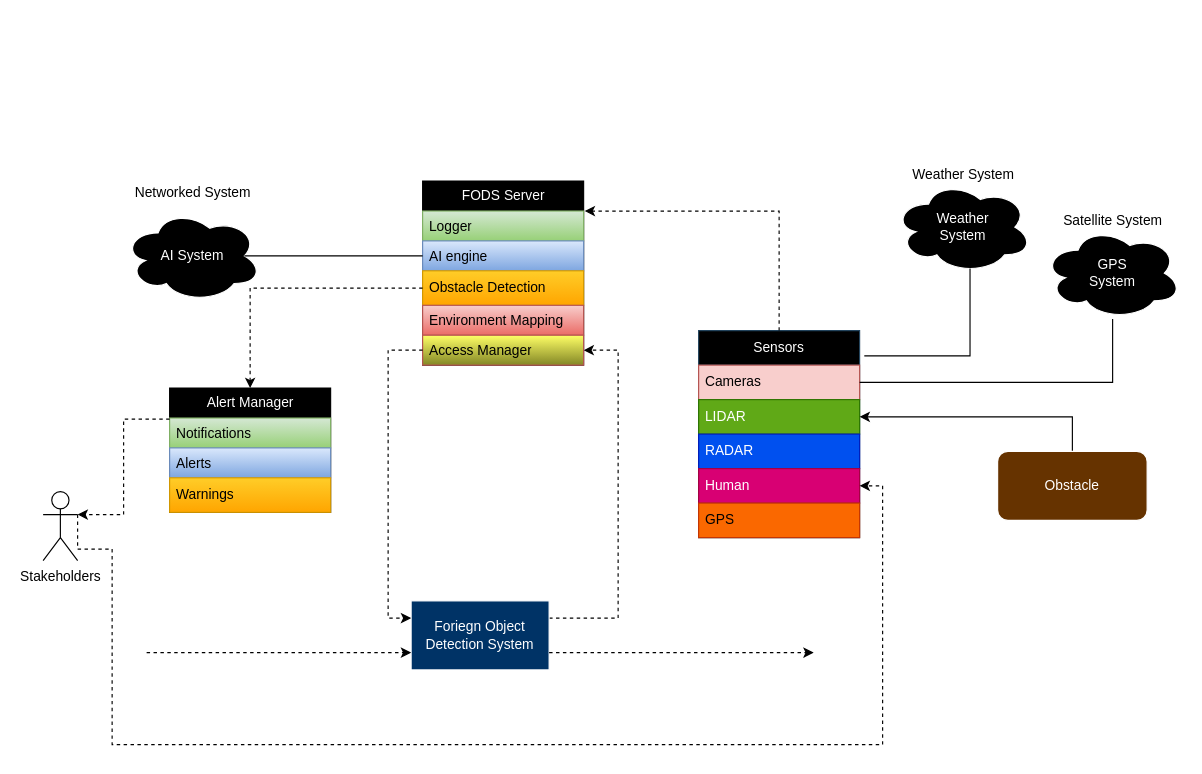
Above: Untitled Diagram.drawio in varuneranki/MBSE (draw.io), before the change. Source tidied: cells renumbered, new cells numbered last; positions are measured from the earlier drawing's top-left corner, leaving out a move shared by most shapes. Both pictures are drawn from the tidied source at 115%, with x=0, y=0 at pixel (43, 158).
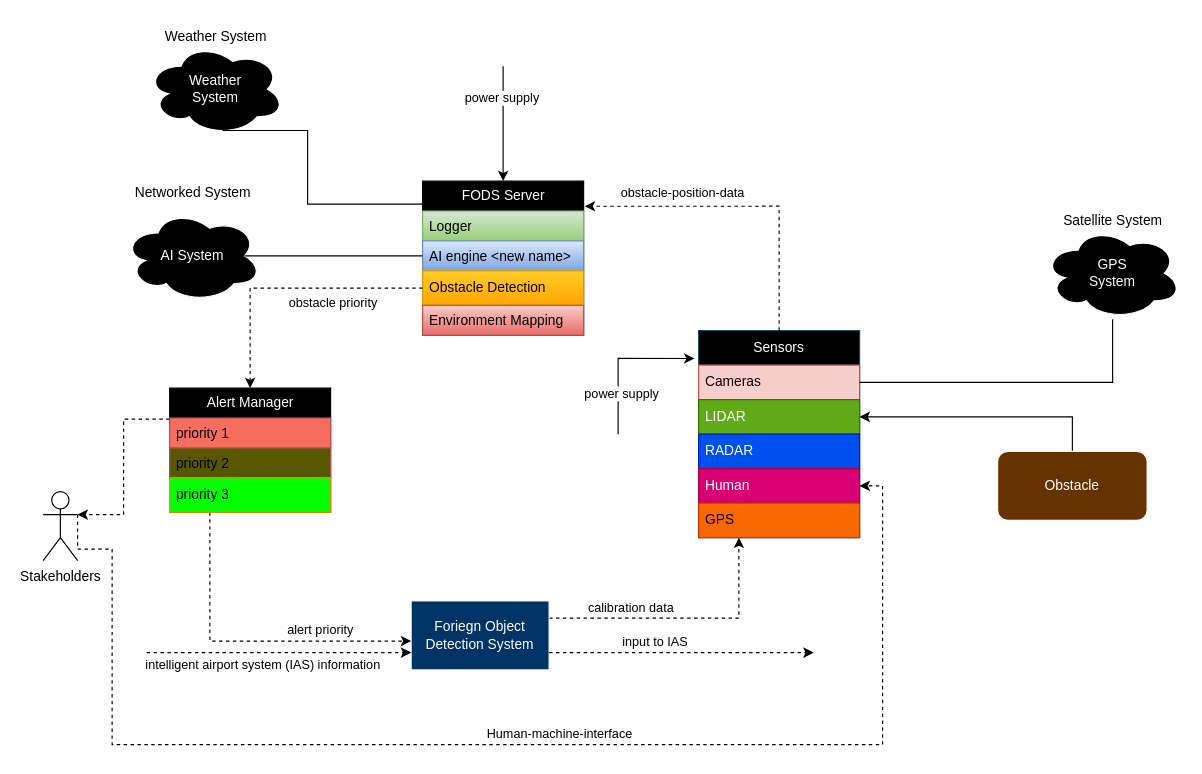
After the change.

The change refers to these unchanged cells:
```xml
<mxCell id="2" value="Sensors" style="swimlane;fontStyle=0;horizontal=1;startSize=30;whiteSpace=wrap;html=1;fillColor=#000000;strokeColor=#23445d;fontColor=#FFFFFF;" parent="1" vertex="1">
  <mxGeometry x="570" y="150" width="140" height="180" as="geometry" />
</mxCell>
<mxCell id="9" value="Foriegn Object Detection System" style="rounded=0;whiteSpace=wrap;html=1;strokeColor=#FFFFFF;fillColor=#003366;fontColor=#FFFFFF;" parent="1" vertex="1">
  <mxGeometry x="320" y="385" width="120" height="60" as="geometry" />
</mxCell>
<mxCell id="10" style="endArrow=classic;html=1;rounded=0;entryX=0;entryY=0.75;entryDx=0;entryDy=0;dashed=1;" parent="1" edge="1" target="9">
  <mxGeometry relative="1" as="geometry">
    <mxPoint x="90" y="430" as="sourcePoint" />
  </mxGeometry>
</mxCell>
<mxCell id="11" style="endArrow=classic;html=1;rounded=0;exitX=1;exitY=0.75;exitDx=0;exitDy=0;dashed=1;" parent="1" edge="1" source="9">
  <mxGeometry relative="1" as="geometry">
    <mxPoint x="670" y="430" as="targetPoint" />
  </mxGeometry>
</mxCell>
<mxCell id="21" style="edgeStyle=orthogonalEdgeStyle;rounded=0;jettySize=auto;html=1;exitX=0.5;exitY=0;exitDx=0;exitDy=0;entryX=1.007;entryY=0.163;entryDx=0;entryDy=0;entryPerimeter=0;dashed=1;" parent="1" edge="1" source="2" target="15">
  <mxGeometry relative="1" as="geometry" />
</mxCell>
<mxCell id="24" value="Alert Manager" style="swimlane;fontStyle=0;horizontal=1;startSize=26;fillColor=#000000;html=1;fontColor=#FFFFFF;" parent="1" vertex="1">
  <mxGeometry x="110" y="200" width="140" height="108" as="geometry" />
</mxCell>
<mxCell id="28" style="edgeStyle=orthogonalEdgeStyle;rounded=0;jettySize=auto;html=1;exitX=0;exitY=0.5;exitDx=0;exitDy=0;entryX=0.5;entryY=0;entryDx=0;entryDy=0;dashed=1;" parent="1" edge="1" source="18" target="24">
  <mxGeometry relative="1" as="geometry" />
</mxCell>
<mxCell id="29" style="edgeStyle=orthogonalEdgeStyle;rounded=0;jettySize=auto;html=1;exitX=1;exitY=0.3333333333333333;exitDx=0;exitDy=0;exitPerimeter=0;entryX=1;entryY=0.75;entryDx=0;entryDy=0;dashed=1;" parent="1" edge="1" source="30" target="2">
  <mxGeometry relative="1" as="geometry">
    <Array as="points">
      <mxPoint x="30" y="340" />
      <mxPoint x="60" y="340" />
      <mxPoint x="60" y="510" />
      <mxPoint x="730" y="510" />
      <mxPoint x="730" y="285" />
    </Array>
  </mxGeometry>
</mxCell>
<mxCell id="38" value="&lt;div&gt;Weather&lt;/div&gt;&lt;div&gt;&lt;span style=&quot;background-color: initial;&quot;&gt;System&lt;/span&gt;&lt;/div&gt;" style="ellipse;shape=cloud;whiteSpace=wrap;html=1;fontColor=#FFFFFF;strokeColor=#FFFFFF;fillColor=#000000;" parent="37" vertex="1">
  <mxGeometry y="20" width="120" height="80" as="geometry" />
</mxCell>
```

Change to the diagram source:
```diff
@@
-    <mxCell id="8" style="edgeStyle=orthogonalEdgeStyle;rounded=0;jettySize=auto;html=1;exitX=1;exitY=0.25;exitDx=0;exitDy=0;entryX=1;entryY=0.5;entryDx=0;entryDy=0;dashed=1;" parent="1" edge="1" source="9" target="20">
-      <mxGeometry relative="1" as="geometry">
-        <Array as="points">
-          <mxPoint x="500" y="400" />
-          <mxPoint x="500" y="167" />
-        </Array>
-      </mxGeometry>
-    </mxCell>
+    <mxCell id="41" style="edgeStyle=orthogonalEdgeStyle;rounded=0;jettySize=auto;html=1;exitX=1;exitY=0.25;exitDx=0;exitDy=0;entryX=0.25;entryY=1;entryDx=0;entryDy=0;dashed=1;" parent="1" edge="1" source="9" target="2">
+      <mxGeometry relative="1" as="geometry" />
+    </mxCell>
+    <mxCell id="42" value="calibration data" style="edgeLabel;html=1;align=center;verticalAlign=middle;" parent="41" vertex="1">
+      <mxGeometry x="-0.51" y="-1" relative="1" as="geometry">
+        <mxPoint x="12" y="-11" as="offset" />
+      </mxGeometry>
+    </mxCell>
@@
+    <mxCell id="43" value="intelligent airport system (IAS) information" style="edgeLabel;html=1;align=center;verticalAlign=middle;" parent="10" vertex="1">
+      <mxGeometry x="-0.62" relative="1" as="geometry">
+        <mxPoint x="56" y="10" as="offset" />
+      </mxGeometry>
+    </mxCell>
@@
+    <mxCell id="44" value="input to IAS" style="edgeLabel;html=1;align=center;verticalAlign=middle;" parent="11" vertex="1">
+      <mxGeometry x="-0.21" y="-3" relative="1" as="geometry">
+        <mxPoint y="-13" as="offset" />
+      </mxGeometry>
+    </mxCell>
@@
     <mxCell id="15" value="FOD&lt;span style=&quot;background-color: initial;&quot;&gt;S&amp;nbsp;&lt;/span&gt;&lt;span style=&quot;background-color: initial;&quot;&gt;Server&lt;/span&gt;" style="swimlane;fontStyle=0;horizontal=1;startSize=26;fillColor=#000000;html=1;fontColor=#FFFFFF;" parent="1" vertex="1">
-      <mxGeometry x="330" y="20" width="140" height="160" as="geometry" />
+      <mxGeometry x="330" y="20" width="140" height="134" as="geometry" />
     </mxCell>
@@
-    <mxCell id="17" value="AI engine" style="text;strokeColor=#6c8ebf;fillColor=#dae8fc;align=left;verticalAlign=top;spacingLeft=4;spacingRight=4;overflow=hidden;points=[[0,0.5],[1,0.5]];portConstraint=eastwest;whiteSpace=wrap;html=1;gradientColor=#7ea6e0;" parent="15" vertex="1">
+    <mxCell id="17" value="AI engine &amp;lt;new name&amp;gt;" style="text;strokeColor=#6c8ebf;fillColor=#dae8fc;align=left;verticalAlign=top;spacingLeft=4;spacingRight=4;overflow=hidden;points=[[0,0.5],[1,0.5]];portConstraint=eastwest;whiteSpace=wrap;html=1;gradientColor=#7ea6e0;" parent="15" vertex="1">
       <mxGeometry y="52" width="140" height="26" as="geometry" />
     </mxCell>
@@
-    <mxCell id="20" value="Access Manager" style="text;strokeColor=#b85450;fillColor=#FFFF66;align=left;verticalAlign=top;spacingLeft=4;spacingRight=4;overflow=hidden;points=[[0,0.5],[1,0.5]];portConstraint=eastwest;whiteSpace=wrap;html=1;gradientColor=#838726;" parent="15" vertex="1">
-      <mxGeometry y="134" width="140" height="26" as="geometry" />
-    </mxCell>
@@
+    <mxCell id="45" value="obstacle-position-data" style="edgeLabel;html=1;align=center;verticalAlign=middle;" parent="21" vertex="1">
+      <mxGeometry x="0.39" y="-1" relative="1" as="geometry">
+        <mxPoint y="-11" as="offset" />
+      </mxGeometry>
+    </mxCell>
@@
+    <mxCell id="46" style="edgeStyle=orthogonalEdgeStyle;rounded=0;jettySize=auto;html=1;exitX=0.25;exitY=1;exitDx=0;exitDy=0;entryX=0;entryY=0.583;entryDx=0;entryDy=0;entryPerimeter=0;dashed=1;" parent="1" edge="1" source="24" target="9">
+      <mxGeometry relative="1" as="geometry" />
+    </mxCell>
+    <mxCell id="47" value="alert priority" style="edgeLabel;html=1;align=center;verticalAlign=middle;" parent="46" vertex="1">
+      <mxGeometry x="-0.01" y="1" relative="1" as="geometry">
+        <mxPoint x="66" y="-9" as="offset" />
+      </mxGeometry>
+    </mxCell>
@@
-    <mxCell id="25" value="Notifications" style="text;strokeColor=#82b366;fillColor=#d5e8d4;align=left;verticalAlign=top;spacingLeft=4;spacingRight=4;overflow=hidden;whiteSpace=wrap;html=1;gradientColor=#97d077;" parent="24" vertex="1">
+    <mxCell id="25" value="priority 1" style="text;strokeColor=#b85450;fillColor=#F86E5E;align=left;verticalAlign=top;spacingLeft=4;spacingRight=4;overflow=hidden;whiteSpace=wrap;html=1;gradientColor=none;" parent="24" vertex="1">
       <mxGeometry y="26" width="140" height="26" as="geometry" />
     </mxCell>
-    <mxCell id="26" value="Alerts" style="text;strokeColor=#6c8ebf;fillColor=#dae8fc;align=left;verticalAlign=top;spacingLeft=4;spacingRight=4;overflow=hidden;whiteSpace=wrap;html=1;gradientColor=#7ea6e0;" parent="24" vertex="1">
+    <mxCell id="26" value="priority 2" style="text;strokeColor=#b85450;fillColor=#575700;align=left;verticalAlign=top;spacingLeft=4;spacingRight=4;overflow=hidden;whiteSpace=wrap;html=1;gradientColor=none;" parent="24" vertex="1">
       <mxGeometry y="52" width="140" height="26" as="geometry" />
     </mxCell>
-    <mxCell id="27" value="Warnings" style="text;strokeColor=#d79b00;fillColor=#ffcd28;align=left;verticalAlign=middle;spacingLeft=4;spacingRight=4;overflow=hidden;whiteSpace=wrap;html=1;gradientColor=#ffa500;" parent="24" vertex="1">
+    <mxCell id="27" value="priority 3" style="text;strokeColor=#d79b00;fillColor=#00FF00;align=left;verticalAlign=middle;spacingLeft=4;spacingRight=4;overflow=hidden;whiteSpace=wrap;html=1;gradientColor=none;" parent="24" vertex="1">
       <mxGeometry y="78" width="140" height="30" as="geometry" />
     </mxCell>
@@
+    <mxCell id="48" value="obstacle priority" style="edgeLabel;html=1;align=center;verticalAlign=middle;" parent="28" vertex="1">
+      <mxGeometry x="-0.17" y="1" relative="1" as="geometry">
+        <mxPoint x="19" y="11" as="offset" />
+      </mxGeometry>
+    </mxCell>
@@
+    <mxCell id="49" value="Human-machine-interface" style="edgeLabel;html=1;align=center;verticalAlign=middle;" parent="29" vertex="1">
+      <mxGeometry x="0.11" relative="1" as="geometry">
+        <mxPoint x="-17" y="-10" as="offset" />
+      </mxGeometry>
+    </mxCell>
@@
-    <mxCell id="33" style="edgeStyle=orthogonalEdgeStyle;rounded=0;jettySize=auto;html=1;exitX=0;exitY=0.5;exitDx=0;exitDy=0;entryX=0;entryY=0.25;entryDx=0;entryDy=0;dashed=1;" parent="1" edge="1" source="20" target="9">
-      <mxGeometry relative="1" as="geometry" />
-    </mxCell>
@@
     <mxCell id="37" style="group;" parent="1" vertex="1">
-      <mxGeometry x="740" width="120" height="100" as="geometry" />
+      <mxGeometry x="90" y="-120" width="120" height="100" as="geometry" />
     </mxCell>
@@
-    <mxCell id="40" style="edgeStyle=orthogonalEdgeStyle;rounded=0;jettySize=auto;html=1;exitX=0.55;exitY=0.95;exitDx=0;exitDy=0;exitPerimeter=0;entryX=1.029;entryY=0.122;entryDx=0;entryDy=0;entryPerimeter=0;endArrow=none;endFill=0;" parent="1" edge="1" source="38" target="2">
-      <mxGeometry relative="1" as="geometry">
-        <Array as="points">
-          <mxPoint x="806" y="172" />
-        </Array>
-      </mxGeometry>
-    </mxCell>
+    <mxCell id="50" style="edgeStyle=orthogonalEdgeStyle;rounded=0;jettySize=auto;html=1;exitX=0.55;exitY=0.95;exitDx=0;exitDy=0;exitPerimeter=0;entryX=0;entryY=0.125;entryDx=0;entryDy=0;endArrow=none;endFill=0;entryPerimeter=0;" parent="1" edge="1" source="38" target="15">
+      <mxGeometry relative="1" as="geometry">
+        <Array as="points">
+          <mxPoint x="230" y="-24" />
+          <mxPoint x="230" y="40" />
+        </Array>
+      </mxGeometry>
+    </mxCell>
+    <mxCell id="51" style="endArrow=classic;html=1;rounded=0;entryX=-0.026;entryY=0.135;entryDx=0;entryDy=0;entryPerimeter=0;" parent="1" edge="1" target="2">
+      <mxGeometry relative="1" as="geometry">
+        <mxPoint x="500" y="240" as="sourcePoint" />
+        <Array as="points">
+          <mxPoint x="500" y="174" />
+        </Array>
+      </mxGeometry>
+    </mxCell>
+    <mxCell id="52" value="power supply" style="edgeLabel;html=1;align=center;verticalAlign=middle;" parent="51" vertex="1">
+      <mxGeometry x="-0.46" y="-2" relative="1" as="geometry" />
+    </mxCell>
+    <mxCell id="53" style="endArrow=classic;html=1;rounded=0;entryX=0.5;entryY=0;entryDx=0;entryDy=0;" parent="1" edge="1" target="15">
+      <mxGeometry relative="1" as="geometry">
+        <mxPoint x="400" y="-80" as="sourcePoint" />
+        <Array as="points">
+          <mxPoint x="400" y="-80" />
+        </Array>
+      </mxGeometry>
+    </mxCell>
+    <mxCell id="54" value="power supply" style="edgeLabel;html=1;align=center;verticalAlign=middle;" parent="53" vertex="1">
+      <mxGeometry x="-0.46" y="-2" relative="1" as="geometry" />
+    </mxCell>
```
